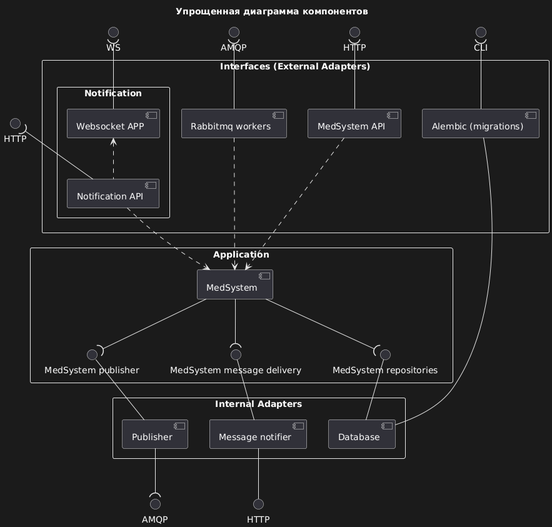
This is docs/uml_diagrams/images/components.png from VanderSVan/Clean_Architecture, a PlantUML export, as it was before one commit. Its diagram source:
```plantuml
@startuml
title Упрощенная диаграмма компонентов

rectangle "Interfaces (External Adapters)" {
  rectangle "Notification" {
    [Websocket APP] as websocket_api
    [Notification API] as notification_api
  }
  [MedSystem API] as med_system_api
  [Rabbitmq workers] as rabbitmq_workers
  [Alembic (migrations)] as alembic
}

rectangle "Application" {
  [MedSystem] as med_system
  interface "MedSystem repositories" as med_system_repositories
  interface "MedSystem publisher" as med_system_publisher
  interface "MedSystem message delivery" as med_system_message_delivery
}

rectangle "Internal Adapters" {
  [Database] as database
  [Publisher] as publisher
  [Message notifier] as websocket_message_notifier
}

() "AMQP" as amqp
() "AMQP" as amqp_2
() "HTTP" as http
() "HTTP" as http_2
() "HTTP" as http_3
() "WS" as ws
() "CLI" as cli

rabbitmq_workers -u-( amqp
med_system_api -u-( http
websocket_api -u-( ws
notification_api -u-( http_2
notification_api ..> med_system
websocket_api <.. notification_api
med_system_api ..> med_system
rabbitmq_workers ..> med_system
alembic -u-( cli

med_system --( med_system_repositories
med_system --( med_system_publisher
med_system --( med_system_message_delivery

websocket_message_notifier -u- med_system_message_delivery
websocket_message_notifier -d- http_3

publisher -u- med_system_publisher
publisher -d-( amqp_2
database -u- med_system_repositories
database -u- alembic
@enduml
```
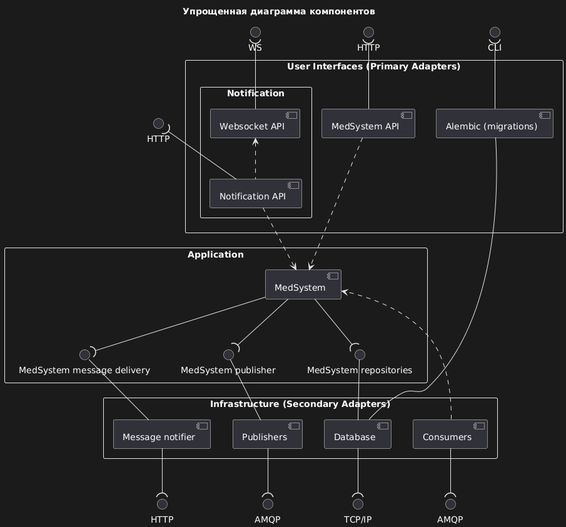
The same file after the commit.

Change to the diagram source:
```diff
@@ -1,13 +1,12 @@
 @startuml
 title Упрощенная диаграмма компонентов
 
-rectangle "Interfaces (External Adapters)" {
+rectangle "User Interfaces (Primary Adapters)" {
   rectangle "Notification" {
-    [Websocket APP] as websocket_api
+    [Websocket API] as websocket_api
     [Notification API] as notification_api
   }
   [MedSystem API] as med_system_api
-  [Rabbitmq workers] as rabbitmq_workers
   [Alembic (migrations)] as alembic
 }
 
@@ -18,9 +17,10 @@
   interface "MedSystem message delivery" as med_system_message_delivery
 }
 
-rectangle "Internal Adapters" {
+rectangle "Infrastructure (Secondary Adapters)" {
   [Database] as database
-  [Publisher] as publisher
+  [Publishers] as publishers
+  [Consumers] as consumers
   [Message notifier] as websocket_message_notifier
 }
 
@@ -31,26 +31,33 @@
 () "HTTP" as http_3
 () "WS" as ws
 () "CLI" as cli
+() "TCP/IP" as tcp
 
-rabbitmq_workers -u-( amqp
-med_system_api -u-( http
+consumers -d-( amqp
+consumers ..> med_system
+
 websocket_api -u-( ws
+websocket_api <.. notification_api
+
 notification_api -u-( http_2
 notification_api ..> med_system
-websocket_api <.. notification_api
+
+alembic -u-( cli
+
+med_system_api -u-( http
 med_system_api ..> med_system
-rabbitmq_workers ..> med_system
-alembic -u-( cli
 
 med_system --( med_system_repositories
 med_system --( med_system_publisher
 med_system --( med_system_message_delivery
 
 websocket_message_notifier -u- med_system_message_delivery
-websocket_message_notifier -d- http_3
+websocket_message_notifier -d-( http_3
 
-publisher -u- med_system_publisher
-publisher -d-( amqp_2
+publishers -u- med_system_publisher
+publishers -d-( amqp_2
+
 database -u- med_system_repositories
 database -u- alembic
+database -d-( tcp
 @enduml
```
